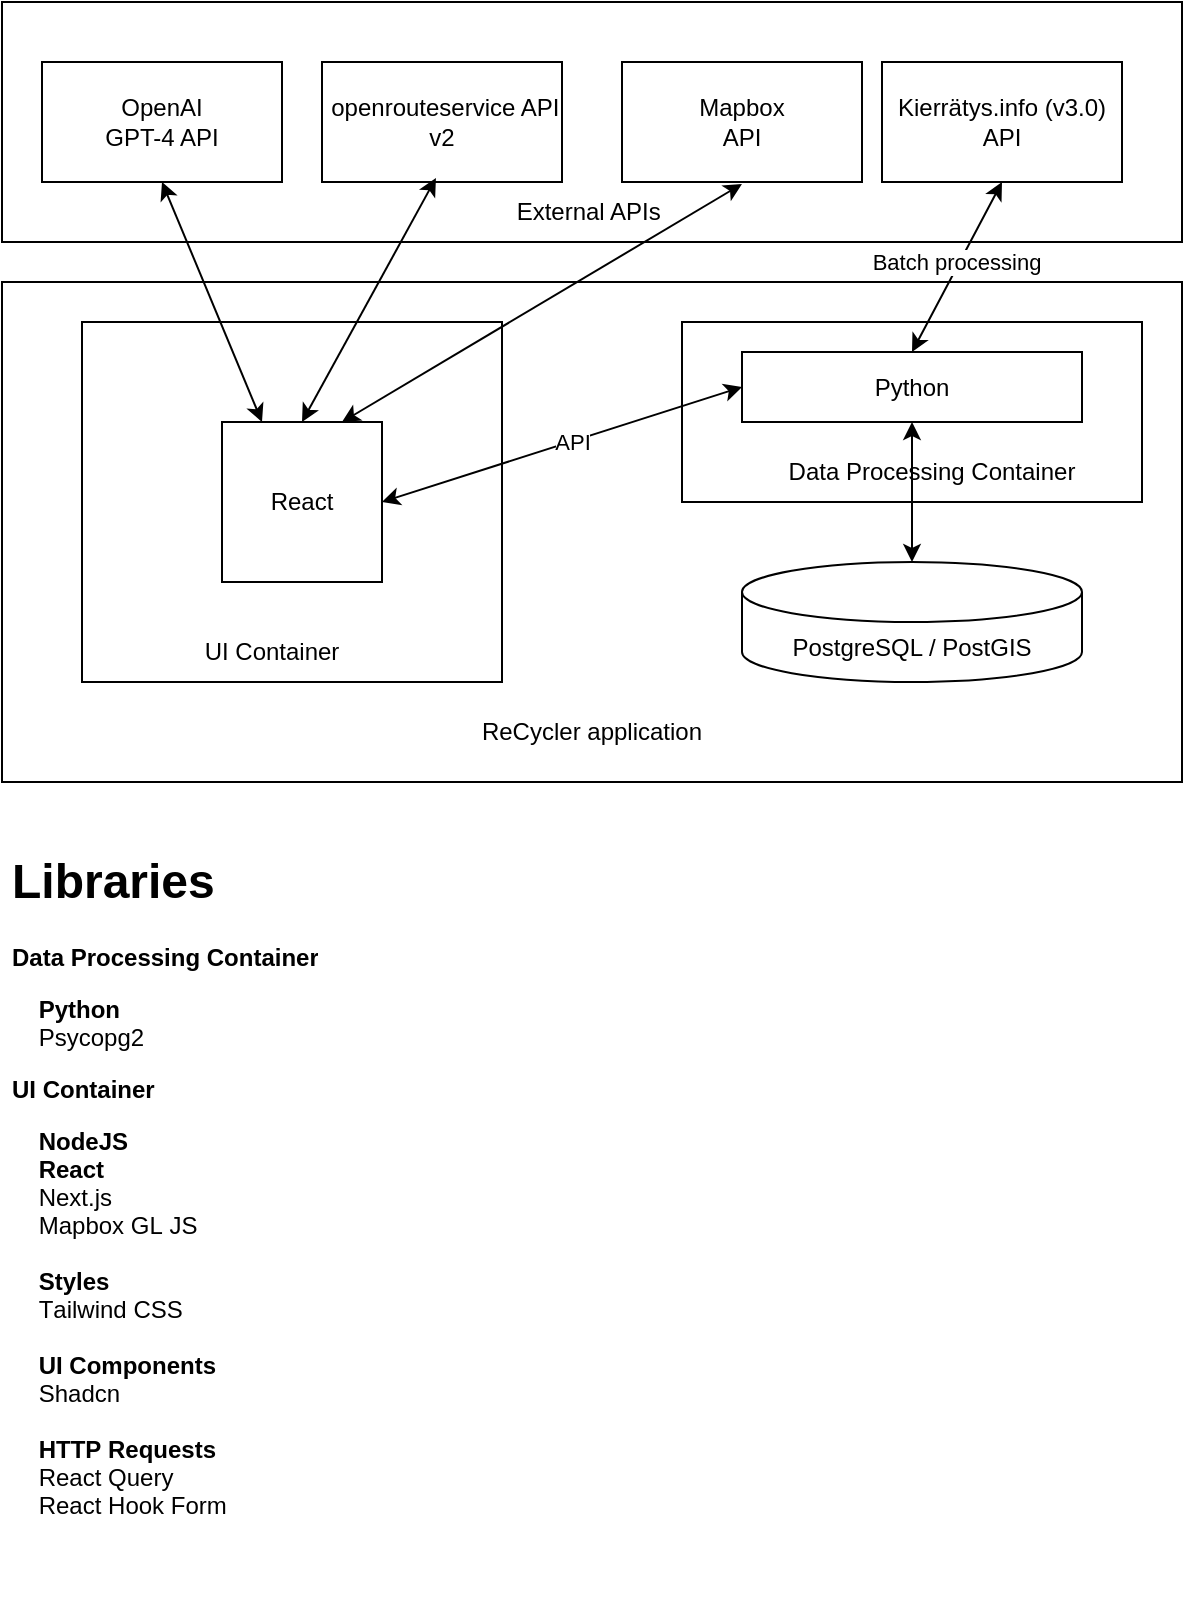
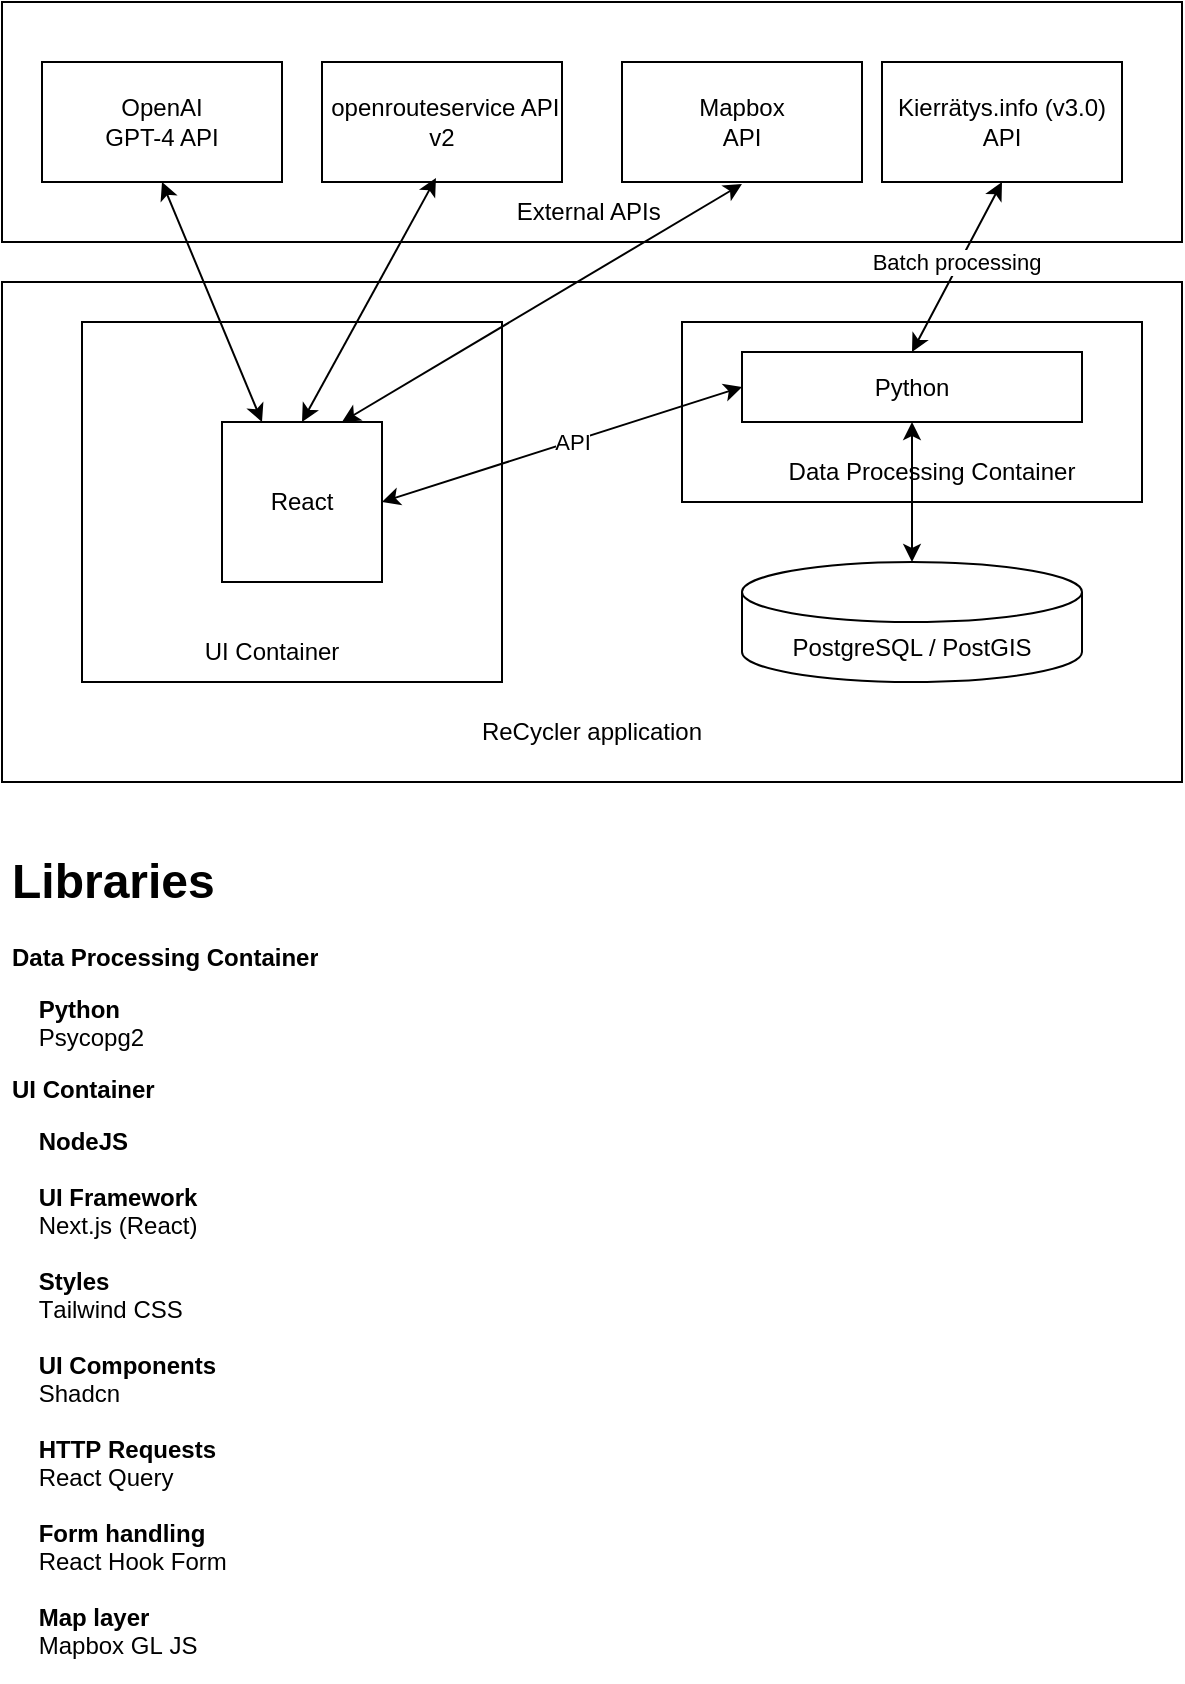
- <mxfile host="app.diagrams.net" modified="2024-01-02T09:52:56.962Z" agent="Mozilla/5.0 (Macintosh; Intel Mac OS X 10_15_7) AppleWebKit/605.1.15 (KHTML, like Gecko) Version/17.1 Safari/605.1.15" etag="1iCE89DZ1D-8ZxHBk8d4" version="22.1.16" type="github">
+ <mxfile host="app.diagrams.net" modified="2024-01-02T09:57:34.995Z" agent="Mozilla/5.0 (Macintosh; Intel Mac OS X 10_15_7) AppleWebKit/537.36 (KHTML, like Gecko) Chrome/120.0.0.0 Safari/537.36" etag="K938C3EczWYA9ncI1KjH" version="22.1.16" type="github">
  <diagram name="High-level architecture" id="9zcz33UXx225ZlQHVHOC">
-     <mxGraphModel dx="1930" dy="1019" grid="1" gridSize="10" guides="1" tooltips="1" connect="1" arrows="1" fold="1" page="1" pageScale="1" pageWidth="827" pageHeight="1169" math="0" shadow="0">
+     <mxGraphModel dx="1570" dy="991" grid="1" gridSize="10" guides="1" tooltips="1" connect="1" arrows="1" fold="1" page="1" pageScale="1" pageWidth="827" pageHeight="1169" math="0" shadow="0">
      <root>
        <mxCell id="0" />
        <mxCell id="1" parent="0" />
        <mxCell id="fm4_85k55z0bOuFMnIiU-6" value="" style="rounded=0;whiteSpace=wrap;html=1;align=center;" parent="1" vertex="1">
          <mxGeometry x="130" y="260" width="590" height="250" as="geometry" />
        </mxCell>
        <mxCell id="fm4_85k55z0bOuFMnIiU-30" value="" style="rounded=0;whiteSpace=wrap;html=1;" parent="1" vertex="1">
          <mxGeometry x="470" y="280" width="230" height="90" as="geometry" />
        </mxCell>
        <mxCell id="fm4_85k55z0bOuFMnIiU-1" value="" style="rounded=0;whiteSpace=wrap;html=1;align=center;" parent="1" vertex="1">
          <mxGeometry x="130" y="120" width="590" height="120" as="geometry" />
        </mxCell>
        <mxCell id="fm4_85k55z0bOuFMnIiU-2" value="OpenAI&lt;br&gt;GPT-4 API" style="rounded=0;whiteSpace=wrap;html=1;align=center;" parent="1" vertex="1">
          <mxGeometry x="150" y="150" width="120" height="60" as="geometry" />
        </mxCell>
        <mxCell id="fm4_85k55z0bOuFMnIiU-3" value="&amp;nbsp;openrouteservice API v2" style="rounded=0;whiteSpace=wrap;html=1;align=center;" parent="1" vertex="1">
          <mxGeometry x="290" y="150" width="120" height="60" as="geometry" />
        </mxCell>
        <mxCell id="fm4_85k55z0bOuFMnIiU-4" value="Kierrätys.info (v3.0) API" style="rounded=0;whiteSpace=wrap;html=1;align=center;" parent="1" vertex="1">
          <mxGeometry x="570" y="150" width="120" height="60" as="geometry" />
        </mxCell>
        <mxCell id="fm4_85k55z0bOuFMnIiU-5" value="Mapbox&lt;br&gt;API" style="rounded=0;whiteSpace=wrap;html=1;align=center;" parent="1" vertex="1">
          <mxGeometry x="440" y="150" width="120" height="60" as="geometry" />
        </mxCell>
        <mxCell id="fm4_85k55z0bOuFMnIiU-7" value="External APIs&amp;nbsp;" style="text;html=1;strokeColor=none;fillColor=none;align=center;verticalAlign=middle;whiteSpace=wrap;rounded=0;" parent="1" vertex="1">
          <mxGeometry x="340" y="210" width="170" height="30" as="geometry" />
        </mxCell>
        <mxCell id="fm4_85k55z0bOuFMnIiU-8" value="ReCycler application" style="text;html=1;strokeColor=none;fillColor=none;align=center;verticalAlign=middle;whiteSpace=wrap;rounded=0;" parent="1" vertex="1">
          <mxGeometry x="340" y="470" width="170" height="30" as="geometry" />
        </mxCell>
        <mxCell id="fm4_85k55z0bOuFMnIiU-13" value="" style="rounded=0;whiteSpace=wrap;html=1;align=center;" parent="1" vertex="1">
          <mxGeometry x="170" y="280" width="210" height="180" as="geometry" />
        </mxCell>
        <mxCell id="fm4_85k55z0bOuFMnIiU-9" value="PostgreSQL / PostGIS" style="shape=cylinder3;whiteSpace=wrap;html=1;boundedLbl=1;backgroundOutline=1;size=15;align=center;" parent="1" vertex="1">
          <mxGeometry x="500" y="400" width="170" height="60" as="geometry" />
        </mxCell>
        <mxCell id="fm4_85k55z0bOuFMnIiU-11" value="React" style="whiteSpace=wrap;html=1;aspect=fixed;align=center;" parent="1" vertex="1">
          <mxGeometry x="240" y="330" width="80" height="80" as="geometry" />
        </mxCell>
        <mxCell id="fm4_85k55z0bOuFMnIiU-14" value="Python" style="rounded=0;whiteSpace=wrap;html=1;align=center;" parent="1" vertex="1">
          <mxGeometry x="500" y="295" width="170" height="35" as="geometry" />
        </mxCell>
        <mxCell id="fm4_85k55z0bOuFMnIiU-16" value="" style="endArrow=classic;startArrow=classic;html=1;rounded=0;entryX=0.5;entryY=1;entryDx=0;entryDy=0;exitX=0.25;exitY=0;exitDx=0;exitDy=0;align=center;" parent="1" source="fm4_85k55z0bOuFMnIiU-11" target="fm4_85k55z0bOuFMnIiU-2" edge="1">
          <mxGeometry width="50" height="50" relative="1" as="geometry">
            <mxPoint x="390" y="420" as="sourcePoint" />
            <mxPoint x="440" y="370" as="targetPoint" />
          </mxGeometry>
        </mxCell>
        <mxCell id="fm4_85k55z0bOuFMnIiU-17" value="" style="endArrow=classic;startArrow=classic;html=1;rounded=0;entryX=0.041;entryY=-0.067;entryDx=0;entryDy=0;exitX=0.5;exitY=0;exitDx=0;exitDy=0;entryPerimeter=0;align=center;" parent="1" source="fm4_85k55z0bOuFMnIiU-11" target="fm4_85k55z0bOuFMnIiU-7" edge="1">
          <mxGeometry width="50" height="50" relative="1" as="geometry">
            <mxPoint x="390" y="420" as="sourcePoint" />
            <mxPoint x="440" y="370" as="targetPoint" />
          </mxGeometry>
        </mxCell>
        <mxCell id="fm4_85k55z0bOuFMnIiU-18" value="" style="endArrow=classic;startArrow=classic;html=1;rounded=0;entryX=0.941;entryY=0.033;entryDx=0;entryDy=0;entryPerimeter=0;exitX=0.75;exitY=0;exitDx=0;exitDy=0;align=center;" parent="1" source="fm4_85k55z0bOuFMnIiU-11" target="fm4_85k55z0bOuFMnIiU-7" edge="1">
          <mxGeometry width="50" height="50" relative="1" as="geometry">
            <mxPoint x="350" y="350" as="sourcePoint" />
            <mxPoint x="440" y="370" as="targetPoint" />
          </mxGeometry>
        </mxCell>
        <mxCell id="fm4_85k55z0bOuFMnIiU-21" value="" style="endArrow=classic;startArrow=classic;html=1;rounded=0;entryX=0.5;entryY=1;entryDx=0;entryDy=0;exitX=0.5;exitY=0;exitDx=0;exitDy=0;align=center;" parent="1" source="fm4_85k55z0bOuFMnIiU-14" target="fm4_85k55z0bOuFMnIiU-4" edge="1">
          <mxGeometry width="50" height="50" relative="1" as="geometry">
            <mxPoint x="400" y="360" as="sourcePoint" />
            <mxPoint x="450" y="310" as="targetPoint" />
          </mxGeometry>
        </mxCell>
        <mxCell id="fm4_85k55z0bOuFMnIiU-34" value="Batch processing" style="edgeLabel;html=1;align=center;verticalAlign=middle;resizable=0;points=[];" parent="fm4_85k55z0bOuFMnIiU-21" vertex="1" connectable="0">
          <mxGeometry x="-0.0141" relative="1" as="geometry">
            <mxPoint y="-3" as="offset" />
          </mxGeometry>
        </mxCell>
        <mxCell id="fm4_85k55z0bOuFMnIiU-22" value="" style="endArrow=classic;startArrow=classic;html=1;rounded=0;entryX=0.5;entryY=1;entryDx=0;entryDy=0;exitX=0.5;exitY=0;exitDx=0;exitDy=0;exitPerimeter=0;align=center;" parent="1" source="fm4_85k55z0bOuFMnIiU-9" target="fm4_85k55z0bOuFMnIiU-14" edge="1">
          <mxGeometry width="50" height="50" relative="1" as="geometry">
            <mxPoint x="400" y="350" as="sourcePoint" />
            <mxPoint x="450" y="300" as="targetPoint" />
          </mxGeometry>
        </mxCell>
        <mxCell id="fm4_85k55z0bOuFMnIiU-24" value="UI Container" style="text;html=1;strokeColor=none;fillColor=none;align=center;verticalAlign=middle;whiteSpace=wrap;rounded=0;" parent="1" vertex="1">
          <mxGeometry x="180" y="430" width="170" height="30" as="geometry" />
        </mxCell>
        <mxCell id="fm4_85k55z0bOuFMnIiU-25" value="" style="endArrow=classic;startArrow=classic;html=1;rounded=0;exitX=1;exitY=0.5;exitDx=0;exitDy=0;entryX=0;entryY=0.5;entryDx=0;entryDy=0;" parent="1" source="fm4_85k55z0bOuFMnIiU-11" target="fm4_85k55z0bOuFMnIiU-14" edge="1">
          <mxGeometry width="50" height="50" relative="1" as="geometry">
            <mxPoint x="400" y="350" as="sourcePoint" />
            <mxPoint x="450" y="300" as="targetPoint" />
          </mxGeometry>
        </mxCell>
        <mxCell id="fm4_85k55z0bOuFMnIiU-33" value="API" style="edgeLabel;html=1;align=center;verticalAlign=middle;resizable=0;points=[];" parent="fm4_85k55z0bOuFMnIiU-25" vertex="1" connectable="0">
          <mxGeometry x="0.0544" relative="1" as="geometry">
            <mxPoint as="offset" />
          </mxGeometry>
        </mxCell>
        <mxCell id="fm4_85k55z0bOuFMnIiU-31" value="Data Processing Container" style="text;html=1;strokeColor=none;fillColor=none;align=center;verticalAlign=middle;whiteSpace=wrap;rounded=0;" parent="1" vertex="1">
          <mxGeometry x="510" y="340" width="170" height="30" as="geometry" />
        </mxCell>
-         <mxCell id="CHO3YG6BR_KFlLe8QAzr-1" value="&lt;h1&gt;Libraries&lt;/h1&gt;&lt;p style=&quot;margin: 0px 0px 12px; font-style: normal; font-variant-caps: normal; font-stretch: normal; line-height: normal; font-size-adjust: none; font-kerning: auto; font-variant-alternates: normal; font-variant-ligatures: normal; font-variant-numeric: normal; font-variant-east-asian: normal; font-variant-position: normal; font-feature-settings: normal; font-optical-sizing: auto; font-variation-settings: normal;&quot;&gt;&lt;b&gt;Data Processing Container&lt;/b&gt;&lt;/p&gt;&lt;b style=&quot;border-color: var(--border-color);&quot;&gt;&amp;nbsp; &amp;nbsp; Python&lt;/b&gt;&lt;br&gt;&lt;p style=&quot;margin: 0px 0px 12px; font-style: normal; font-variant-caps: normal; font-stretch: normal; line-height: normal; font-size-adjust: none; font-kerning: auto; font-variant-alternates: normal; font-variant-ligatures: normal; font-variant-numeric: normal; font-variant-east-asian: normal; font-variant-position: normal; font-feature-settings: normal; font-optical-sizing: auto; font-variation-settings: normal;&quot;&gt;&lt;span style=&quot;border-color: var(--border-color);&quot;&gt;&amp;nbsp; &amp;nbsp; Psycopg2&lt;/span&gt;&lt;/p&gt;&lt;p style=&quot;margin: 0px 0px 12px; font-style: normal; font-variant-caps: normal; font-stretch: normal; line-height: normal; font-size-adjust: none; font-kerning: auto; font-variant-alternates: normal; font-variant-ligatures: normal; font-variant-numeric: normal; font-variant-east-asian: normal; font-variant-position: normal; font-feature-settings: normal; font-optical-sizing: auto; font-variation-settings: normal;&quot;&gt;&lt;b&gt;UI Container&lt;/b&gt;&lt;/p&gt;&lt;p style=&quot;margin: 0px; font-style: normal; font-variant-caps: normal; font-stretch: normal; line-height: normal; font-size-adjust: none; font-kerning: auto; font-variant-alternates: normal; font-variant-ligatures: normal; font-variant-numeric: normal; font-variant-east-asian: normal; font-variant-position: normal; font-feature-settings: normal; font-optical-sizing: auto; font-variation-settings: normal;&quot;&gt;&lt;span style=&quot;font-kerning: none&quot;&gt;&lt;b&gt;&lt;span style=&quot;&quot;&gt;&amp;nbsp;&amp;nbsp;&amp;nbsp;&amp;nbsp;&lt;/span&gt;NodeJS&lt;/b&gt;&lt;/span&gt;&lt;/p&gt;&lt;p style=&quot;margin: 0px; font-style: normal; font-variant-caps: normal; font-stretch: normal; line-height: normal; font-size-adjust: none; font-kerning: auto; font-variant-alternates: normal; font-variant-ligatures: normal; font-variant-numeric: normal; font-variant-east-asian: normal; font-variant-position: normal; font-feature-settings: normal; font-optical-sizing: auto; font-variation-settings: normal;&quot;&gt;&lt;span style=&quot;font-kerning: none;&quot;&gt;&lt;b&gt;&lt;span style=&quot;&quot;&gt;&amp;nbsp;&amp;nbsp;&amp;nbsp;&amp;nbsp;&lt;/span&gt;React&lt;/b&gt;&lt;/span&gt;&lt;/p&gt;&lt;p style=&quot;margin: 0px; font-style: normal; font-variant-caps: normal; font-stretch: normal; line-height: normal; font-size-adjust: none; font-kerning: auto; font-variant-alternates: normal; font-variant-ligatures: normal; font-variant-numeric: normal; font-variant-east-asian: normal; font-variant-position: normal; font-feature-settings: normal; font-optical-sizing: auto; font-variation-settings: normal;&quot;&gt;&lt;span style=&quot;font-kerning: none&quot;&gt;&lt;span style=&quot;&quot;&gt;&amp;nbsp;&amp;nbsp;&amp;nbsp;&amp;nbsp;&lt;/span&gt;Next.js&lt;/span&gt;&lt;/p&gt;&lt;p style=&quot;margin: 0px; font-style: normal; font-variant-caps: normal; font-stretch: normal; line-height: normal; font-size-adjust: none; font-kerning: auto; font-variant-alternates: normal; font-variant-ligatures: normal; font-variant-numeric: normal; font-variant-east-asian: normal; font-variant-position: normal; font-feature-settings: normal; font-optical-sizing: auto; font-variation-settings: normal;&quot;&gt;&lt;span style=&quot;font-kerning: none;&quot;&gt;&lt;span style=&quot;&quot;&gt;&amp;nbsp;&amp;nbsp;&amp;nbsp;&amp;nbsp;&lt;/span&gt;Mapbox GL JS&lt;/span&gt;&lt;/p&gt;&lt;p style=&quot;margin: 0px; font-style: normal; font-variant-caps: normal; font-stretch: normal; line-height: normal; font-size-adjust: none; font-kerning: auto; font-variant-alternates: normal; font-variant-ligatures: normal; font-variant-numeric: normal; font-variant-east-asian: normal; font-variant-position: normal; font-feature-settings: normal; font-optical-sizing: auto; font-variation-settings: normal; min-height: 14px;&quot;&gt;&lt;span style=&quot;font-kerning: none&quot;&gt;&lt;/span&gt;&lt;br&gt;&lt;/p&gt;&lt;p style=&quot;margin: 0px; font-style: normal; font-variant-caps: normal; font-stretch: normal; line-height: normal; font-size-adjust: none; font-kerning: auto; font-variant-alternates: normal; font-variant-ligatures: normal; font-variant-numeric: normal; font-variant-east-asian: normal; font-variant-position: normal; font-feature-settings: normal; font-optical-sizing: auto; font-variation-settings: normal;&quot;&gt;&lt;span style=&quot;font-kerning: none;&quot;&gt;&lt;b&gt;&lt;span style=&quot;&quot;&gt;&amp;nbsp;&amp;nbsp;&amp;nbsp;&amp;nbsp;&lt;/span&gt;Styles&lt;/b&gt;&lt;/span&gt;&lt;/p&gt;&lt;p style=&quot;margin: 0px; font-style: normal; font-variant-caps: normal; font-stretch: normal; line-height: normal; font-size-adjust: none; font-kerning: auto; font-variant-alternates: normal; font-variant-ligatures: normal; font-variant-numeric: normal; font-variant-east-asian: normal; font-variant-position: normal; font-feature-settings: normal; font-optical-sizing: auto; font-variation-settings: normal;&quot;&gt;&lt;span style=&quot;font-kerning: none&quot;&gt;&lt;span style=&quot;&quot;&gt;&amp;nbsp;&amp;nbsp;&amp;nbsp;&amp;nbsp;&lt;/span&gt;Tailwind CSS&lt;/span&gt;&lt;/p&gt;&lt;p style=&quot;margin: 0px; font-style: normal; font-variant-caps: normal; font-stretch: normal; line-height: normal; font-size-adjust: none; font-kerning: auto; font-variant-alternates: normal; font-variant-ligatures: normal; font-variant-numeric: normal; font-variant-east-asian: normal; font-variant-position: normal; font-feature-settings: normal; font-optical-sizing: auto; font-variation-settings: normal; min-height: 14px;&quot;&gt;&lt;span style=&quot;font-kerning: none&quot;&gt;&lt;/span&gt;&lt;br&gt;&lt;/p&gt;&lt;p style=&quot;margin: 0px; font-style: normal; font-variant-caps: normal; font-stretch: normal; line-height: normal; font-size-adjust: none; font-kerning: auto; font-variant-alternates: normal; font-variant-ligatures: normal; font-variant-numeric: normal; font-variant-east-asian: normal; font-variant-position: normal; font-feature-settings: normal; font-optical-sizing: auto; font-variation-settings: normal;&quot;&gt;&lt;span style=&quot;font-kerning: none;&quot;&gt;&lt;b&gt;&lt;span style=&quot;&quot;&gt;&amp;nbsp;&amp;nbsp;&amp;nbsp;&amp;nbsp;&lt;/span&gt;UI Components&lt;/b&gt;&lt;/span&gt;&lt;/p&gt;&lt;p style=&quot;margin: 0px; font-style: normal; font-variant-caps: normal; font-stretch: normal; line-height: normal; font-size-adjust: none; font-kerning: auto; font-variant-alternates: normal; font-variant-ligatures: normal; font-variant-numeric: normal; font-variant-east-asian: normal; font-variant-position: normal; font-feature-settings: normal; font-optical-sizing: auto; font-variation-settings: normal;&quot;&gt;&lt;span style=&quot;font-kerning: none;&quot;&gt;&lt;span style=&quot;&quot;&gt;&amp;nbsp;&amp;nbsp;&amp;nbsp;&amp;nbsp;&lt;/span&gt;Shadcn&lt;/span&gt;&lt;/p&gt;&lt;p style=&quot;margin: 0px; font-style: normal; font-variant-caps: normal; font-stretch: normal; line-height: normal; font-size-adjust: none; font-kerning: auto; font-variant-alternates: normal; font-variant-ligatures: normal; font-variant-numeric: normal; font-variant-east-asian: normal; font-variant-position: normal; font-feature-settings: normal; font-optical-sizing: auto; font-variation-settings: normal; min-height: 14px;&quot;&gt;&lt;span style=&quot;font-kerning: none&quot;&gt;&lt;/span&gt;&lt;br&gt;&lt;/p&gt;&lt;p style=&quot;margin: 0px; font-style: normal; font-variant-caps: normal; font-stretch: normal; line-height: normal; font-size-adjust: none; font-kerning: auto; font-variant-alternates: normal; font-variant-ligatures: normal; font-variant-numeric: normal; font-variant-east-asian: normal; font-variant-position: normal; font-feature-settings: normal; font-optical-sizing: auto; font-variation-settings: normal;&quot;&gt;&lt;span style=&quot;font-kerning: none;&quot;&gt;&lt;b&gt;&lt;span style=&quot;&quot;&gt;&amp;nbsp;&amp;nbsp;&amp;nbsp;&amp;nbsp;&lt;/span&gt;HTTP Requests&lt;/b&gt;&lt;/span&gt;&lt;/p&gt;&lt;p style=&quot;margin: 0px; font-style: normal; font-variant-caps: normal; font-stretch: normal; line-height: normal; font-size-adjust: none; font-kerning: auto; font-variant-alternates: normal; font-variant-ligatures: normal; font-variant-numeric: normal; font-variant-east-asian: normal; font-variant-position: normal; font-feature-settings: normal; font-optical-sizing: auto; font-variation-settings: normal;&quot;&gt;&lt;span style=&quot;font-kerning: none;&quot;&gt;&lt;span style=&quot;&quot;&gt;&amp;nbsp;&amp;nbsp;&amp;nbsp;&amp;nbsp;&lt;/span&gt;React Query&lt;/span&gt;&lt;/p&gt;&lt;p style=&quot;margin: 0px; font-style: normal; font-variant-caps: normal; font-stretch: normal; line-height: normal; font-size-adjust: none; font-kerning: auto; font-variant-alternates: normal; font-variant-ligatures: normal; font-variant-numeric: normal; font-variant-east-asian: normal; font-variant-position: normal; font-feature-settings: normal; font-optical-sizing: auto; font-variation-settings: normal;&quot;&gt;&lt;span style=&quot;font-kerning: none&quot;&gt;&lt;span style=&quot;&quot;&gt;&amp;nbsp;&amp;nbsp;&amp;nbsp;&amp;nbsp;&lt;/span&gt;&lt;/span&gt;&lt;span style=&quot;font-kerning: none;&quot;&gt;React Hook Form&lt;/span&gt;&lt;/p&gt;" style="text;html=1;strokeColor=none;fillColor=none;spacing=5;spacingTop=-20;whiteSpace=wrap;overflow=hidden;rounded=0;" vertex="1" parent="1">
-           <mxGeometry x="130" y="540" width="590" height="380" as="geometry" />
+         <mxCell id="CHO3YG6BR_KFlLe8QAzr-1" value="&lt;h1&gt;Libraries&lt;/h1&gt;&lt;p style=&quot;margin: 0px 0px 12px; font-style: normal; font-variant-caps: normal; font-stretch: normal; line-height: normal; font-size-adjust: none; font-kerning: auto; font-variant-alternates: normal; font-variant-ligatures: normal; font-variant-numeric: normal; font-variant-east-asian: normal; font-variant-position: normal; font-feature-settings: normal; font-optical-sizing: auto; font-variation-settings: normal;&quot;&gt;&lt;b&gt;Data Processing Container&lt;/b&gt;&lt;/p&gt;&lt;b style=&quot;border-color: var(--border-color);&quot;&gt;&amp;nbsp; &amp;nbsp; Python&lt;/b&gt;&lt;br&gt;&lt;p style=&quot;margin: 0px 0px 12px; font-style: normal; font-variant-caps: normal; font-stretch: normal; line-height: normal; font-size-adjust: none; font-kerning: auto; font-variant-alternates: normal; font-variant-ligatures: normal; font-variant-numeric: normal; font-variant-east-asian: normal; font-variant-position: normal; font-feature-settings: normal; font-optical-sizing: auto; font-variation-settings: normal;&quot;&gt;&lt;span style=&quot;border-color: var(--border-color);&quot;&gt;&amp;nbsp; &amp;nbsp; Psycopg2&lt;/span&gt;&lt;/p&gt;&lt;p style=&quot;margin: 0px 0px 12px; font-style: normal; font-variant-caps: normal; font-stretch: normal; line-height: normal; font-size-adjust: none; font-kerning: auto; font-variant-alternates: normal; font-variant-ligatures: normal; font-variant-numeric: normal; font-variant-east-asian: normal; font-variant-position: normal; font-feature-settings: normal; font-optical-sizing: auto; font-variation-settings: normal;&quot;&gt;&lt;b&gt;UI Container&lt;/b&gt;&lt;/p&gt;&lt;p style=&quot;margin: 0px; font-style: normal; font-variant-caps: normal; font-stretch: normal; line-height: normal; font-size-adjust: none; font-kerning: auto; font-variant-alternates: normal; font-variant-ligatures: normal; font-variant-numeric: normal; font-variant-east-asian: normal; font-variant-position: normal; font-feature-settings: normal; font-optical-sizing: auto; font-variation-settings: normal;&quot;&gt;&lt;span style=&quot;font-kerning: none&quot;&gt;&lt;b&gt;&lt;span style=&quot;&quot;&gt;&amp;nbsp;&amp;nbsp;&amp;nbsp;&amp;nbsp;&lt;/span&gt;NodeJS&lt;/b&gt;&lt;/span&gt;&lt;/p&gt;&lt;p style=&quot;margin: 0px; font-style: normal; font-variant-caps: normal; font-stretch: normal; line-height: normal; font-size-adjust: none; font-kerning: auto; font-variant-alternates: normal; font-variant-ligatures: normal; font-variant-numeric: normal; font-variant-east-asian: normal; font-variant-position: normal; font-feature-settings: normal; font-optical-sizing: auto; font-variation-settings: normal;&quot;&gt;&lt;span style=&quot;font-kerning: none;&quot;&gt;&lt;b&gt;&lt;br&gt;&amp;nbsp; &amp;nbsp; UI Framework&lt;/b&gt;&lt;/span&gt;&lt;/p&gt;&lt;p style=&quot;margin: 0px; font-style: normal; font-variant-caps: normal; font-stretch: normal; line-height: normal; font-size-adjust: none; font-kerning: auto; font-variant-alternates: normal; font-variant-ligatures: normal; font-variant-numeric: normal; font-variant-east-asian: normal; font-variant-position: normal; font-feature-settings: normal; font-optical-sizing: auto; font-variation-settings: normal;&quot;&gt;&lt;span style=&quot;font-kerning: none;&quot;&gt;&lt;span style=&quot;border-color: var(--border-color);&quot;&gt;&amp;nbsp; &amp;nbsp; &lt;/span&gt;&lt;/span&gt;&lt;span style=&quot;background-color: initial;&quot;&gt;Next.js (React)&lt;/span&gt;&lt;/p&gt;&lt;p style=&quot;margin: 0px; font-style: normal; font-variant-caps: normal; font-stretch: normal; line-height: normal; font-size-adjust: none; font-kerning: auto; font-variant-alternates: normal; font-variant-ligatures: normal; font-variant-numeric: normal; font-variant-east-asian: normal; font-variant-position: normal; font-feature-settings: normal; font-optical-sizing: auto; font-variation-settings: normal; min-height: 14px;&quot;&gt;&lt;span style=&quot;font-kerning: none&quot;&gt;&lt;/span&gt;&lt;br&gt;&lt;/p&gt;&lt;p style=&quot;margin: 0px; font-style: normal; font-variant-caps: normal; font-stretch: normal; line-height: normal; font-size-adjust: none; font-kerning: auto; font-variant-alternates: normal; font-variant-ligatures: normal; font-variant-numeric: normal; font-variant-east-asian: normal; font-variant-position: normal; font-feature-settings: normal; font-optical-sizing: auto; font-variation-settings: normal;&quot;&gt;&lt;span style=&quot;font-kerning: none;&quot;&gt;&lt;b&gt;&lt;span style=&quot;&quot;&gt;&amp;nbsp;&amp;nbsp;&amp;nbsp;&amp;nbsp;&lt;/span&gt;Styles&lt;/b&gt;&lt;/span&gt;&lt;/p&gt;&lt;p style=&quot;margin: 0px; font-style: normal; font-variant-caps: normal; font-stretch: normal; line-height: normal; font-size-adjust: none; font-kerning: auto; font-variant-alternates: normal; font-variant-ligatures: normal; font-variant-numeric: normal; font-variant-east-asian: normal; font-variant-position: normal; font-feature-settings: normal; font-optical-sizing: auto; font-variation-settings: normal;&quot;&gt;&lt;span style=&quot;font-kerning: none&quot;&gt;&lt;span style=&quot;&quot;&gt;&amp;nbsp;&amp;nbsp;&amp;nbsp;&amp;nbsp;&lt;/span&gt;Tailwind CSS&lt;/span&gt;&lt;/p&gt;&lt;p style=&quot;margin: 0px; font-style: normal; font-variant-caps: normal; font-stretch: normal; line-height: normal; font-size-adjust: none; font-kerning: auto; font-variant-alternates: normal; font-variant-ligatures: normal; font-variant-numeric: normal; font-variant-east-asian: normal; font-variant-position: normal; font-feature-settings: normal; font-optical-sizing: auto; font-variation-settings: normal; min-height: 14px;&quot;&gt;&lt;span style=&quot;font-kerning: none&quot;&gt;&lt;/span&gt;&lt;br&gt;&lt;/p&gt;&lt;p style=&quot;margin: 0px; font-style: normal; font-variant-caps: normal; font-stretch: normal; line-height: normal; font-size-adjust: none; font-kerning: auto; font-variant-alternates: normal; font-variant-ligatures: normal; font-variant-numeric: normal; font-variant-east-asian: normal; font-variant-position: normal; font-feature-settings: normal; font-optical-sizing: auto; font-variation-settings: normal;&quot;&gt;&lt;span style=&quot;font-kerning: none;&quot;&gt;&lt;b&gt;&lt;span style=&quot;&quot;&gt;&amp;nbsp;&amp;nbsp;&amp;nbsp;&amp;nbsp;&lt;/span&gt;UI Components&lt;/b&gt;&lt;/span&gt;&lt;/p&gt;&lt;p style=&quot;margin: 0px; font-style: normal; font-variant-caps: normal; font-stretch: normal; line-height: normal; font-size-adjust: none; font-kerning: auto; font-variant-alternates: normal; font-variant-ligatures: normal; font-variant-numeric: normal; font-variant-east-asian: normal; font-variant-position: normal; font-feature-settings: normal; font-optical-sizing: auto; font-variation-settings: normal;&quot;&gt;&lt;span style=&quot;font-kerning: none;&quot;&gt;&lt;span style=&quot;&quot;&gt;&amp;nbsp;&amp;nbsp;&amp;nbsp;&amp;nbsp;&lt;/span&gt;Shadcn&lt;/span&gt;&lt;/p&gt;&lt;p style=&quot;margin: 0px; font-style: normal; font-variant-caps: normal; font-stretch: normal; line-height: normal; font-size-adjust: none; font-kerning: auto; font-variant-alternates: normal; font-variant-ligatures: normal; font-variant-numeric: normal; font-variant-east-asian: normal; font-variant-position: normal; font-feature-settings: normal; font-optical-sizing: auto; font-variation-settings: normal; min-height: 14px;&quot;&gt;&lt;span style=&quot;font-kerning: none&quot;&gt;&lt;/span&gt;&lt;br&gt;&lt;/p&gt;&lt;p style=&quot;margin: 0px; font-style: normal; font-variant-caps: normal; font-stretch: normal; line-height: normal; font-size-adjust: none; font-kerning: auto; font-variant-alternates: normal; font-variant-ligatures: normal; font-variant-numeric: normal; font-variant-east-asian: normal; font-variant-position: normal; font-feature-settings: normal; font-optical-sizing: auto; font-variation-settings: normal;&quot;&gt;&lt;span style=&quot;font-kerning: none;&quot;&gt;&lt;b&gt;&lt;span style=&quot;&quot;&gt;&amp;nbsp;&amp;nbsp;&amp;nbsp;&amp;nbsp;&lt;/span&gt;HTTP Requests&lt;/b&gt;&lt;/span&gt;&lt;/p&gt;&lt;p style=&quot;margin: 0px; font-style: normal; font-variant-caps: normal; font-stretch: normal; line-height: normal; font-size-adjust: none; font-kerning: auto; font-variant-alternates: normal; font-variant-ligatures: normal; font-variant-numeric: normal; font-variant-east-asian: normal; font-variant-position: normal; font-feature-settings: normal; font-optical-sizing: auto; font-variation-settings: normal;&quot;&gt;&lt;span style=&quot;font-kerning: none;&quot;&gt;&lt;span style=&quot;&quot;&gt;&amp;nbsp;&amp;nbsp;&amp;nbsp;&amp;nbsp;&lt;/span&gt;React Query&lt;br&gt;&lt;/span&gt;&lt;/p&gt;&lt;p style=&quot;margin: 0px; font-style: normal; font-variant-caps: normal; font-stretch: normal; line-height: normal; font-size-adjust: none; font-kerning: auto; font-variant-alternates: normal; font-variant-ligatures: normal; font-variant-numeric: normal; font-variant-east-asian: normal; font-variant-position: normal; font-feature-settings: normal; font-optical-sizing: auto; font-variation-settings: normal;&quot;&gt;&lt;span style=&quot;font-kerning: none;&quot;&gt;&lt;br&gt;&lt;/span&gt;&lt;/p&gt;&lt;p style=&quot;margin: 0px; font-style: normal; font-variant-caps: normal; font-stretch: normal; line-height: normal; font-size-adjust: none; font-kerning: auto; font-variant-alternates: normal; font-variant-ligatures: normal; font-variant-numeric: normal; font-variant-east-asian: normal; font-variant-position: normal; font-feature-settings: normal; font-optical-sizing: auto; font-variation-settings: normal;&quot;&gt;&lt;span style=&quot;font-kerning: none;&quot;&gt;&lt;b&gt;&amp;nbsp; &amp;nbsp; Form handling&lt;/b&gt;&lt;/span&gt;&lt;/p&gt;&lt;p style=&quot;margin: 0px; font-style: normal; font-variant-caps: normal; font-stretch: normal; line-height: normal; font-size-adjust: none; font-kerning: auto; font-variant-alternates: normal; font-variant-ligatures: normal; font-variant-numeric: normal; font-variant-east-asian: normal; font-variant-position: normal; font-feature-settings: normal; font-optical-sizing: auto; font-variation-settings: normal;&quot;&gt;&lt;span style=&quot;font-kerning: none&quot;&gt;&lt;span style=&quot;&quot;&gt;&amp;nbsp;&amp;nbsp;&amp;nbsp;&amp;nbsp;&lt;/span&gt;&lt;/span&gt;React Hook Form&lt;br&gt;&lt;br&gt;&lt;/p&gt;&lt;p style=&quot;border-color: var(--border-color); font-variant-numeric: normal; font-variant-east-asian: normal; font-variant-alternates: normal; font-kerning: auto; font-optical-sizing: auto; font-feature-settings: normal; font-variation-settings: normal; font-variant-position: normal; font-stretch: normal; line-height: normal; margin: 0px;&quot;&gt;&lt;span style=&quot;border-color: var(--border-color); font-kerning: none;&quot;&gt;&lt;b style=&quot;border-color: var(--border-color);&quot;&gt;&amp;nbsp; &amp;nbsp; Map layer&lt;/b&gt;&lt;/span&gt;&lt;/p&gt;&lt;p style=&quot;margin: 0px; font-stretch: normal; line-height: normal; font-kerning: auto; font-variant-alternates: normal; font-variant-numeric: normal; font-variant-east-asian: normal; font-variant-position: normal; font-feature-settings: normal; font-optical-sizing: auto; font-variation-settings: normal;&quot;&gt;&lt;span style=&quot;font-kerning: none;&quot;&gt;&lt;/span&gt;&lt;/p&gt;&lt;p style=&quot;border-color: var(--border-color); font-variant-numeric: normal; font-variant-east-asian: normal; font-variant-alternates: normal; font-kerning: auto; font-optical-sizing: auto; font-feature-settings: normal; font-variation-settings: normal; font-variant-position: normal; font-stretch: normal; line-height: normal; margin: 0px;&quot;&gt;&lt;span style=&quot;border-color: var(--border-color); font-kerning: none;&quot;&gt;&lt;span style=&quot;border-color: var(--border-color);&quot;&gt;&amp;nbsp;&amp;nbsp;&amp;nbsp;&amp;nbsp;&lt;/span&gt;Mapbox GL JS&lt;/span&gt;&lt;/p&gt;" style="text;html=1;strokeColor=none;fillColor=none;spacing=5;spacingTop=-20;whiteSpace=wrap;overflow=hidden;rounded=0;" parent="1" vertex="1">
+           <mxGeometry x="130" y="540" width="590" height="420" as="geometry" />
        </mxCell>
      </root>
    </mxGraphModel>
  </diagram>
</mxfile>
